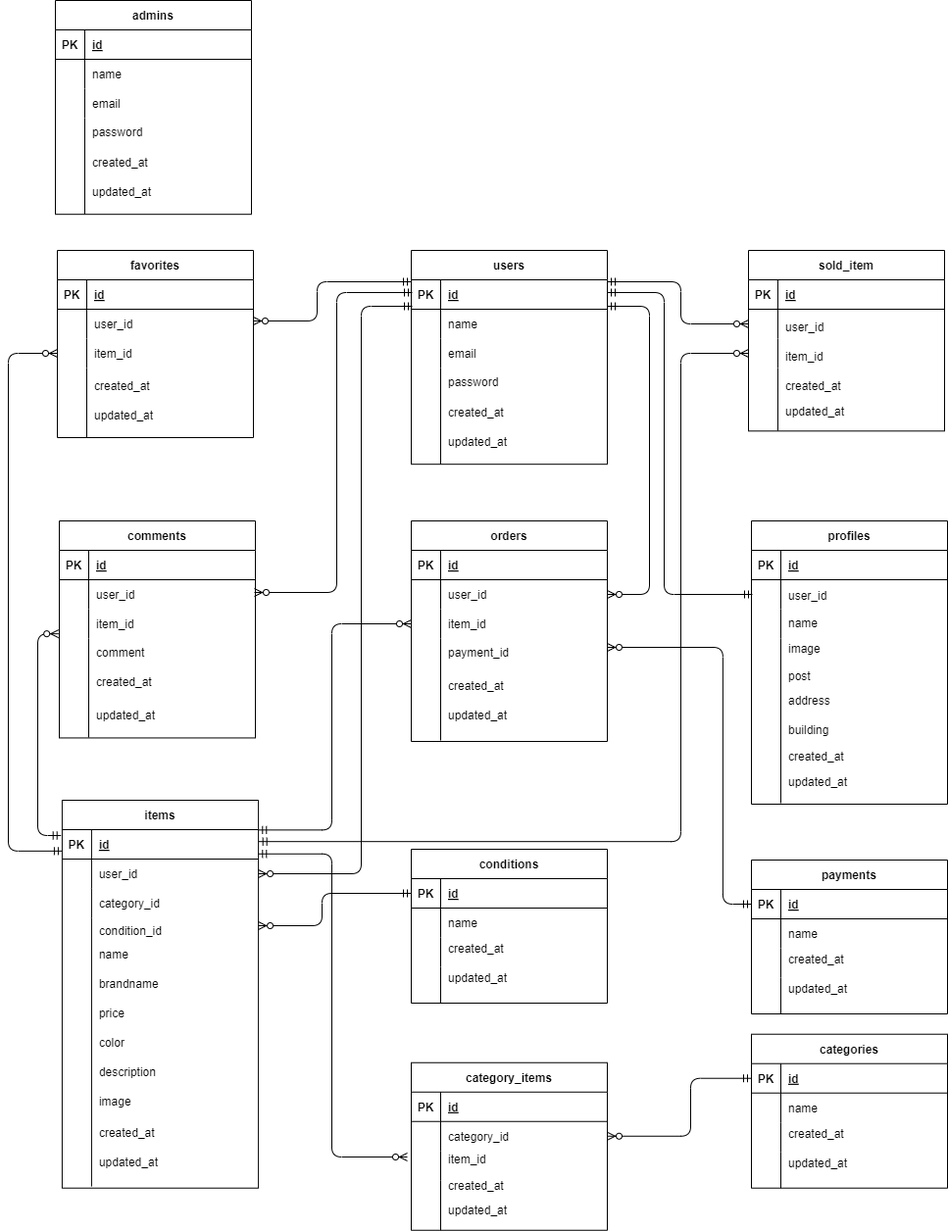
The draw.io diagram market.drawio.png in syakuyaku514/third-case, before a commit. Source tidied: cells renumbered, new cells last; positions are measured from the earlier drawing's top-left corner, leaving out a move shared by most shapes.
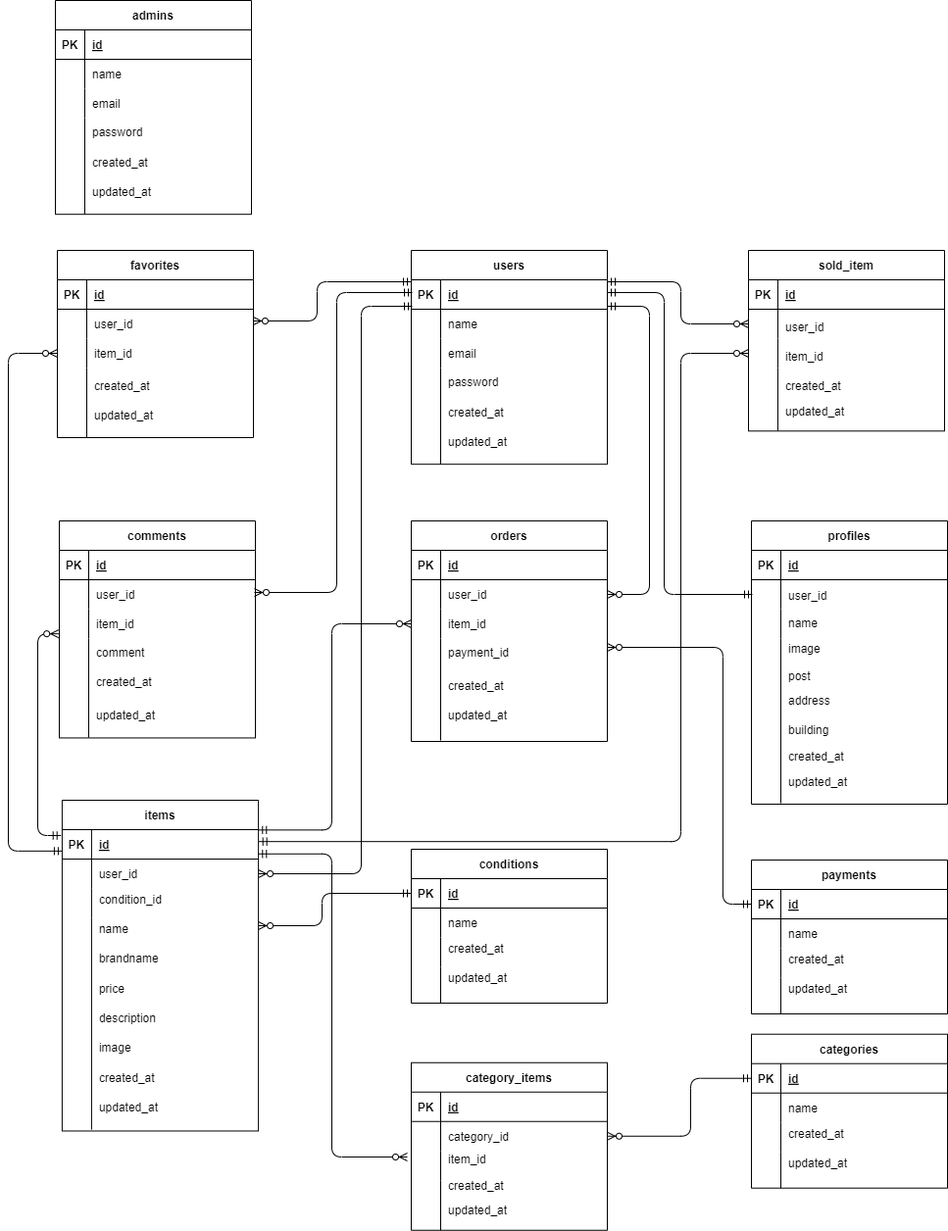
Above is the later version.

What changed in the source:
```diff
@@ -279,7 +279,7 @@
       <mxGeometry x="82" y="714" width="150" height="30" as="geometry" />
     </mxCell>
     <mxCell id="94" value="items" style="shape=table;startSize=30;rowLines=0;fontStyle=1;align=center;" parent="1" vertex="1">
-      <mxGeometry x="54.9" y="816" width="200.2" height="395.7" as="geometry" />
+      <mxGeometry x="54.9" y="816" width="200.2" height="337.5" as="geometry" />
     </mxCell>
     <mxCell id="95" style="shape=tableRow;horizontal=0;startSize=0;swimlaneHead=0;swimlaneBody=0;fillColor=none;points=[[0,0.5],[1,0.5]];portConstraint=eastwest;top=0;left=0;right=0;bottom=1;" parent="94" vertex="1">
       <mxGeometry y="30" width="200.2" height="30" as="geometry" />
@@ -305,41 +305,38 @@
     <mxCell id="102" style="shape=partialRectangle;fillColor=none;top=0;left=0;bottom=0;right=0;overflow=hidden;" parent="101" vertex="1">
       <mxGeometry width="30" height="30" as="geometry" />
     </mxCell>
-    <mxCell id="103" value="category_id" style="shape=partialRectangle;fillColor=none;top=0;left=0;bottom=0;right=0;align=left;spacingLeft=6;overflow=hidden;" parent="101" vertex="1">
+    <mxCell id="103" style="shape=partialRectangle;fillColor=none;top=0;left=0;bottom=0;right=0;align=left;spacingLeft=6;overflow=hidden;" parent="101" vertex="1">
       <mxGeometry x="30" width="170.2" height="30" as="geometry" />
     </mxCell>
     <mxCell id="104" style="shape=tableRow;horizontal=0;startSize=0;swimlaneHead=0;swimlaneBody=0;fillColor=none;top=0;left=0;right=0;bottom=0;" parent="94" vertex="1">
-      <mxGeometry y="120" width="200.2" height="274" as="geometry" />
+      <mxGeometry y="120" width="200.2" height="216" as="geometry" />
     </mxCell>
     <mxCell id="105" style="shape=partialRectangle;fillColor=none;top=0;left=0;bottom=0;right=0;overflow=hidden;" parent="104" vertex="1">
-      <mxGeometry width="30" height="274" as="geometry" />
+      <mxGeometry width="30" height="216" as="geometry" />
     </mxCell>
     <mxCell id="106" style="shape=partialRectangle;fillColor=none;top=0;left=0;bottom=0;right=0;align=left;spacingLeft=6;overflow=hidden;" parent="104" vertex="1">
-      <mxGeometry x="30" width="170.2" height="274" as="geometry" />
+      <mxGeometry x="30" width="170.2" height="216" as="geometry" />
     </mxCell>
     <mxCell id="107" value="name" style="shape=partialRectangle;fillColor=none;top=0;left=0;bottom=0;right=0;align=left;spacingLeft=6;overflow=hidden;" parent="1" vertex="1">
-      <mxGeometry x="84.9" y="958" width="150" height="30" as="geometry" />
+      <mxGeometry x="84.9" y="932" width="150" height="30" as="geometry" />
     </mxCell>
     <mxCell id="108" value="created_at" style="shape=partialRectangle;fillColor=none;top=0;left=0;bottom=0;right=0;align=left;spacingLeft=6;overflow=hidden;" parent="1" vertex="1">
-      <mxGeometry x="84.9" y="1140" width="150" height="30" as="geometry" />
+      <mxGeometry x="84.9" y="1083.8" width="150" height="30" as="geometry" />
     </mxCell>
     <mxCell id="109" value="updated_at" style="shape=partialRectangle;fillColor=none;top=0;left=0;bottom=0;right=0;align=left;spacingLeft=6;overflow=hidden;" parent="1" vertex="1">
-      <mxGeometry x="84.9" y="1170" width="150" height="30" as="geometry" />
+      <mxGeometry x="84.9" y="1113.8" width="150" height="30" as="geometry" />
     </mxCell>
     <mxCell id="110" value="brandname" style="shape=partialRectangle;fillColor=none;top=0;left=0;bottom=0;right=0;align=left;spacingLeft=6;overflow=hidden;" parent="1" vertex="1">
-      <mxGeometry x="84.9" y="988" width="150" height="30" as="geometry" />
+      <mxGeometry x="84.9" y="962" width="150" height="30" as="geometry" />
     </mxCell>
     <mxCell id="111" value="price" style="shape=partialRectangle;fillColor=none;top=0;left=0;bottom=0;right=0;align=left;spacingLeft=6;overflow=hidden;" parent="1" vertex="1">
-      <mxGeometry x="84.9" y="1018" width="150" height="30" as="geometry" />
+      <mxGeometry x="84.9" y="993" width="150" height="30" as="geometry" />
     </mxCell>
-    <mxCell id="112" value="color" style="shape=partialRectangle;fillColor=none;top=0;left=0;bottom=0;right=0;align=left;spacingLeft=6;overflow=hidden;" parent="1" vertex="1">
-      <mxGeometry x="84.9" y="1048" width="150" height="30" as="geometry" />
-    </mxCell>
     <mxCell id="113" value="description" style="shape=partialRectangle;fillColor=none;top=0;left=0;bottom=0;right=0;align=left;spacingLeft=6;overflow=hidden;" parent="1" vertex="1">
-      <mxGeometry x="84.9" y="1078" width="150" height="30" as="geometry" />
+      <mxGeometry x="84.9" y="1023" width="150" height="30" as="geometry" />
     </mxCell>
     <mxCell id="114" value="image" style="shape=partialRectangle;fillColor=none;top=0;left=0;bottom=0;right=0;align=left;spacingLeft=6;overflow=hidden;" parent="1" vertex="1">
-      <mxGeometry x="84.9" y="1108" width="150" height="30" as="geometry" />
+      <mxGeometry x="84.9" y="1053" width="150" height="30" as="geometry" />
     </mxCell>
     <mxCell id="115" style="edgeStyle=elbowEdgeStyle;fontSize=12;html=1;endArrow=ERzeroToMany;startArrow=ERmandOne;entryX=1;entryY=0.5;entryDx=0;entryDy=0;" parent="1" edge="1">
       <mxGeometry relative="1" as="geometry">
@@ -475,7 +472,7 @@
       </mxGeometry>
     </mxCell>
     <mxCell id="139" value="condition_id" style="shape=partialRectangle;fillColor=none;top=0;left=0;bottom=0;right=0;align=left;spacingLeft=6;overflow=hidden;" parent="1" vertex="1">
-      <mxGeometry x="84.9" y="934" width="170.2" height="30" as="geometry" />
+      <mxGeometry x="84.9" y="902" width="170.2" height="30" as="geometry" />
     </mxCell>
     <mxCell id="140" value="sold_item" style="shape=table;startSize=30;rowLines=0;fontStyle=1;align=center;" parent="1" vertex="1">
       <mxGeometry x="755" y="255" width="200" height="184.3" as="geometry" />
```
